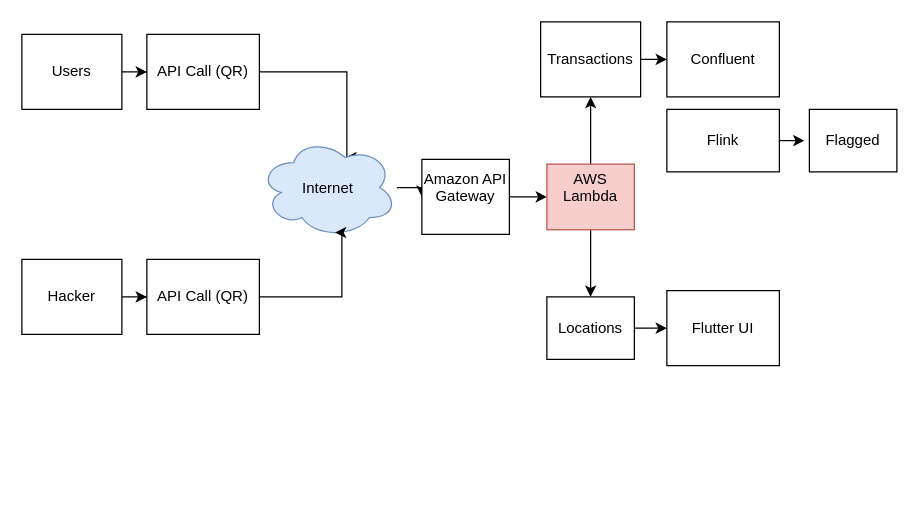
Above: flutterKafka.drawio in Michellehlcn/bank_app (draw.io), before the change. Source tidied: cells renumbered, new cells numbered last; positions are measured from the earlier drawing's top-left corner, leaving out a move shared by most shapes. Both pictures are drawn from the tidied source at 125%, with x=0, y=0 at pixel (21, 21).
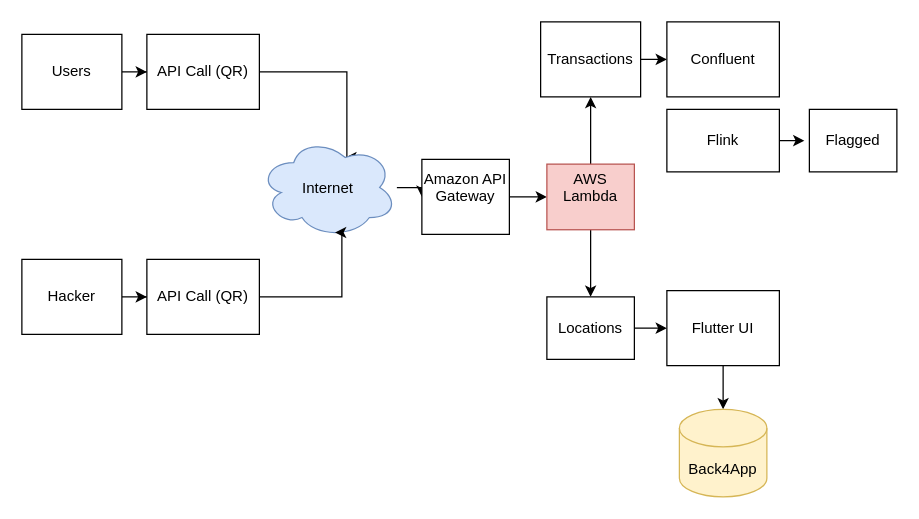
The same diagram, later.

The change refers to these unchanged cells:
```xml
<mxCell id="23" value="Flutter UI" style="rounded=0;whiteSpace=wrap;html=1;" parent="1" vertex="1">
  <mxGeometry x="516" y="215" width="90" height="60" as="geometry" />
</mxCell>
```

Diff of the diagram source:
```diff
@@
+    <mxCell id="27" style="edgeStyle=orthogonalEdgeStyle;rounded=0;jettySize=auto;html=1;" parent="1" edge="1" source="23" target="28">
+      <mxGeometry relative="1" as="geometry" />
+    </mxCell>
@@
+    <mxCell id="28" value="Back4App" style="shape=cylinder3;whiteSpace=wrap;html=1;boundedLbl=1;backgroundOutline=1;size=15;fillColor=#fff2cc;strokeColor=#d6b656;" parent="1" vertex="1">
+      <mxGeometry x="526" y="310" width="70" height="70" as="geometry" />
+    </mxCell>
```
